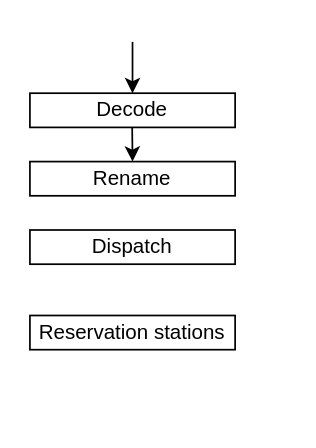
The draw.io diagram 未命名绘图.drawio in BOSC-Heterogeneous-System-Group/XiangShan, before the edit. Source tidied: cells renumbered, new cells numbered last; positions are measured from the earlier drawing's top-left corner, leaving out a move shared by most shapes. Both pictures are drawn from the tidied source at 171%, with x=0, y=0 at pixel (29, 41).
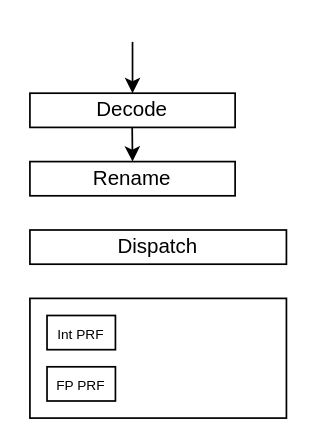
The same page after the edit.

Commit message:
update block diagram

The edit, as a diff of the source:
```diff
@@
 <mxGraphModel>
   <root>
     <mxCell id="0" />
     <mxCell id="1" parent="0" />
     <mxCell id="2" style="endArrow=classic;html=1;rounded=0;" parent="1" edge="1">
       <mxGeometry relative="1" as="geometry">
         <mxPoint x="60" as="sourcePoint" />
         <mxPoint x="60" y="30" as="targetPoint" />
       </mxGeometry>
     </mxCell>
     <mxCell id="3" value="Decode" style="rounded=0;whiteSpace=wrap;html=1;" parent="1" vertex="1">
       <mxGeometry y="30" width="120" height="20" as="geometry" />
     </mxCell>
     <mxCell id="4" value="Rename" style="rounded=0;whiteSpace=wrap;html=1;" parent="1" vertex="1">
       <mxGeometry y="70" width="120" height="20" as="geometry" />
     </mxCell>
     <mxCell id="5" style="endArrow=classic;html=1;rounded=0;" parent="1" edge="1">
       <mxGeometry relative="1" as="geometry">
         <mxPoint x="59.8" y="50" as="sourcePoint" />
         <mxPoint x="60" y="70" as="targetPoint" />
       </mxGeometry>
     </mxCell>
     <mxCell id="6" value="Dispatch" style="rounded=0;whiteSpace=wrap;html=1;" parent="1" vertex="1">
-      <mxGeometry y="110" width="120" height="20" as="geometry" />
+      <mxGeometry y="110" width="150" height="20" as="geometry" />
     </mxCell>
-    <mxCell id="7" value="Reservation stations" style="rounded=0;whiteSpace=wrap;html=1;" parent="1" vertex="1">
-      <mxGeometry y="160" width="120" height="20" as="geometry" />
+    <mxCell id="7" style="rounded=0;whiteSpace=wrap;html=1;" parent="1" vertex="1">
+      <mxGeometry y="150" width="150" height="70" as="geometry" />
     </mxCell>
+    <mxCell id="8" value="&lt;font style=&quot;font-size: 8px;&quot;&gt;Int PRF&lt;/font&gt;" style="rounded=0;whiteSpace=wrap;html=1;" parent="1" vertex="1">
+      <mxGeometry x="10" y="160" width="40" height="20" as="geometry" />
+    </mxCell>
+    <mxCell id="9" value="&lt;font style=&quot;font-size: 8px;&quot;&gt;FP PRF&lt;/font&gt;" style="rounded=0;whiteSpace=wrap;html=1;" parent="1" vertex="1">
+      <mxGeometry x="10" y="190" width="40" height="20" as="geometry" />
+    </mxCell>
   </root>
 </mxGraphModel>
```
